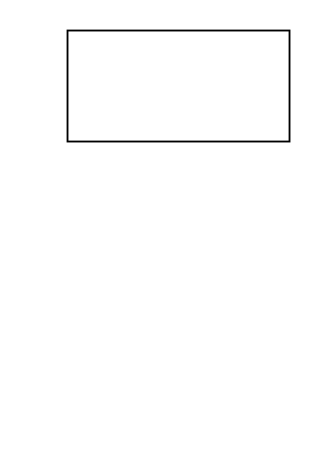
Before: 未命名绘图.drawio in vueKingisMe/githubone, a draw.io diagram. Source tidied: cells renumbered, new cells numbered last; positions are measured from the earlier drawing's top-left corner, leaving out a move shared by most shapes. Both pictures are drawn from the tidied source at 185%, with x=0, y=0 at pixel (67, 30).
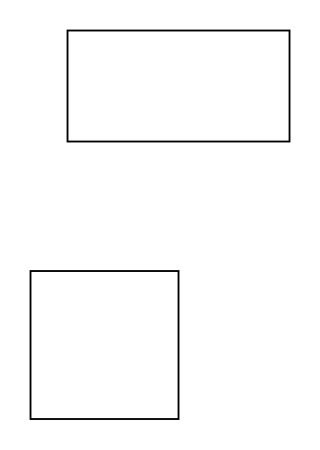
The same page after the edit.

Commit message:
测试未命名绘图.drawio

The edit, as a diff of the source:
```diff
@@
 <mxGraphModel>
   <root>
     <mxCell id="0" />
     <mxCell id="1" parent="0" />
     <mxCell id="2" style="rounded=0;whiteSpace=wrap;html=1;" parent="1" vertex="1">
       <mxGeometry width="120" height="60" as="geometry" />
     </mxCell>
+    <mxCell id="3" style="whiteSpace=wrap;html=1;" parent="1" vertex="1">
+      <mxGeometry x="-20" y="130" width="80" height="80" as="geometry" />
+    </mxCell>
   </root>
 </mxGraphModel>
```
